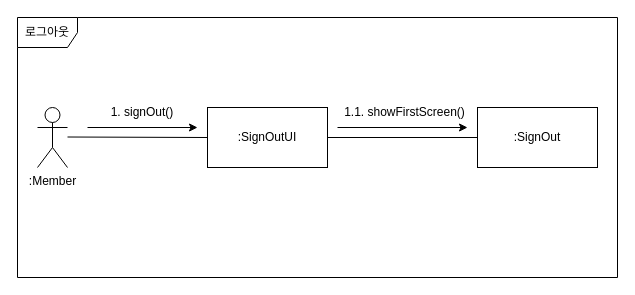
The draw.io diagram page "cd-2" (2 of 3) of user-auth/user-auth-diagram.drawio in KimTaemin-Git/SE2, before the edit. Source tidied: cells renumbered, new cells numbered last; positions are measured from the earlier drawing's top-left corner, leaving out a move shared by most shapes. Both pictures are drawn from the tidied source at 100%, with x=0, y=0 at pixel (17, 17).
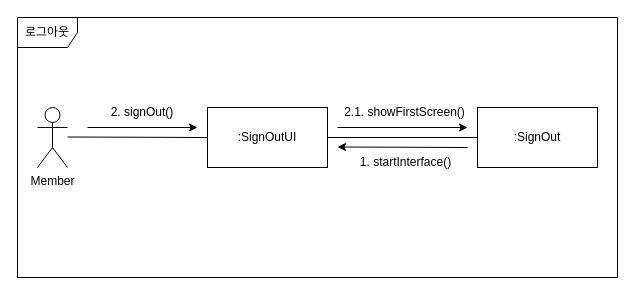
The same page after the edit.

Diff of the diagram source:
```diff
@@
 <mxGraphModel>
   <root>
     <mxCell id="0" />
     <mxCell id="1" parent="0" />
-    <mxCell id="2" value=":Member" style="shape=umlActor;verticalLabelPosition=bottom;verticalAlign=top;html=1;" parent="1" vertex="1">
+    <mxCell id="2" value="Member" style="shape=umlActor;verticalLabelPosition=bottom;verticalAlign=top;html=1;" parent="1" vertex="1">
       <mxGeometry x="20" y="90" width="30" height="60" as="geometry" />
     </mxCell>
     <mxCell id="3" value=":SignOutUI" style="rounded=0;whiteSpace=wrap;html=1;" parent="1" vertex="1">
       <mxGeometry x="190" y="90" width="120" height="60" as="geometry" />
     </mxCell>
     <mxCell id="4" value=":SignOut" style="rounded=0;whiteSpace=wrap;html=1;" parent="1" vertex="1">
       <mxGeometry x="460" y="90" width="120" height="60" as="geometry" />
     </mxCell>
     <mxCell id="5" style="endArrow=none;html=1;rounded=0;entryX=0;entryY=0.5;entryDx=0;entryDy=0;" parent="1" edge="1" target="3">
       <mxGeometry relative="1" as="geometry">
         <mxPoint x="50" y="119.5" as="sourcePoint" />
       </mxGeometry>
     </mxCell>
     <mxCell id="6" style="endArrow=none;html=1;rounded=0;entryX=0;entryY=0.5;entryDx=0;entryDy=0;exitX=1;exitY=0.5;exitDx=0;exitDy=0;" parent="1" edge="1" source="3" target="4">
       <mxGeometry relative="1" as="geometry" />
     </mxCell>
     <mxCell id="7" style="endArrow=classic;html=1;rounded=0;" parent="1" edge="1">
       <mxGeometry relative="1" as="geometry">
         <mxPoint x="70" y="110" as="sourcePoint" />
         <mxPoint x="180" y="110" as="targetPoint" />
       </mxGeometry>
     </mxCell>
     <mxCell id="8" style="endArrow=classic;html=1;rounded=0;" parent="1" edge="1">
       <mxGeometry relative="1" as="geometry">
         <mxPoint x="320" y="110" as="sourcePoint" />
         <mxPoint x="450" y="110" as="targetPoint" />
       </mxGeometry>
     </mxCell>
     <mxCell id="9" value="로그아웃" style="shape=umlFrame;whiteSpace=wrap;html=1;" parent="1" vertex="1">
       <mxGeometry width="600" height="260" as="geometry" />
     </mxCell>
-    <mxCell id="10" value="1. signOut()" style="text;html=1;strokeColor=none;fillColor=none;align=center;verticalAlign=middle;whiteSpace=wrap;rounded=0;" parent="1" vertex="1">
+    <mxCell id="10" value="2. signOut()" style="text;html=1;strokeColor=none;fillColor=none;align=center;verticalAlign=middle;whiteSpace=wrap;rounded=0;" parent="1" vertex="1">
       <mxGeometry x="90" y="80" width="70" height="30" as="geometry" />
     </mxCell>
-    <mxCell id="11" value="1.1. showFirstScreen()" style="text;html=1;strokeColor=none;fillColor=none;align=center;verticalAlign=middle;whiteSpace=wrap;rounded=0;" parent="1" vertex="1">
+    <mxCell id="11" value="2.1. showFirstScreen()" style="text;html=1;strokeColor=none;fillColor=none;align=center;verticalAlign=middle;whiteSpace=wrap;rounded=0;" parent="1" vertex="1">
       <mxGeometry x="320" y="80" width="135" height="30" as="geometry" />
     </mxCell>
+    <mxCell id="12" style="endArrow=classic;html=1;rounded=0;" parent="1" edge="1">
+      <mxGeometry relative="1" as="geometry">
+        <mxPoint x="450" y="130" as="sourcePoint" />
+        <mxPoint x="320" y="129.5" as="targetPoint" />
+      </mxGeometry>
+    </mxCell>
+    <mxCell id="13" value="1. startInterface()" style="text;html=1;strokeColor=none;fillColor=none;align=center;verticalAlign=middle;whiteSpace=wrap;rounded=0;" parent="1" vertex="1">
+      <mxGeometry x="321" y="130" width="135" height="30" as="geometry" />
+    </mxCell>
   </root>
 </mxGraphModel>
```
